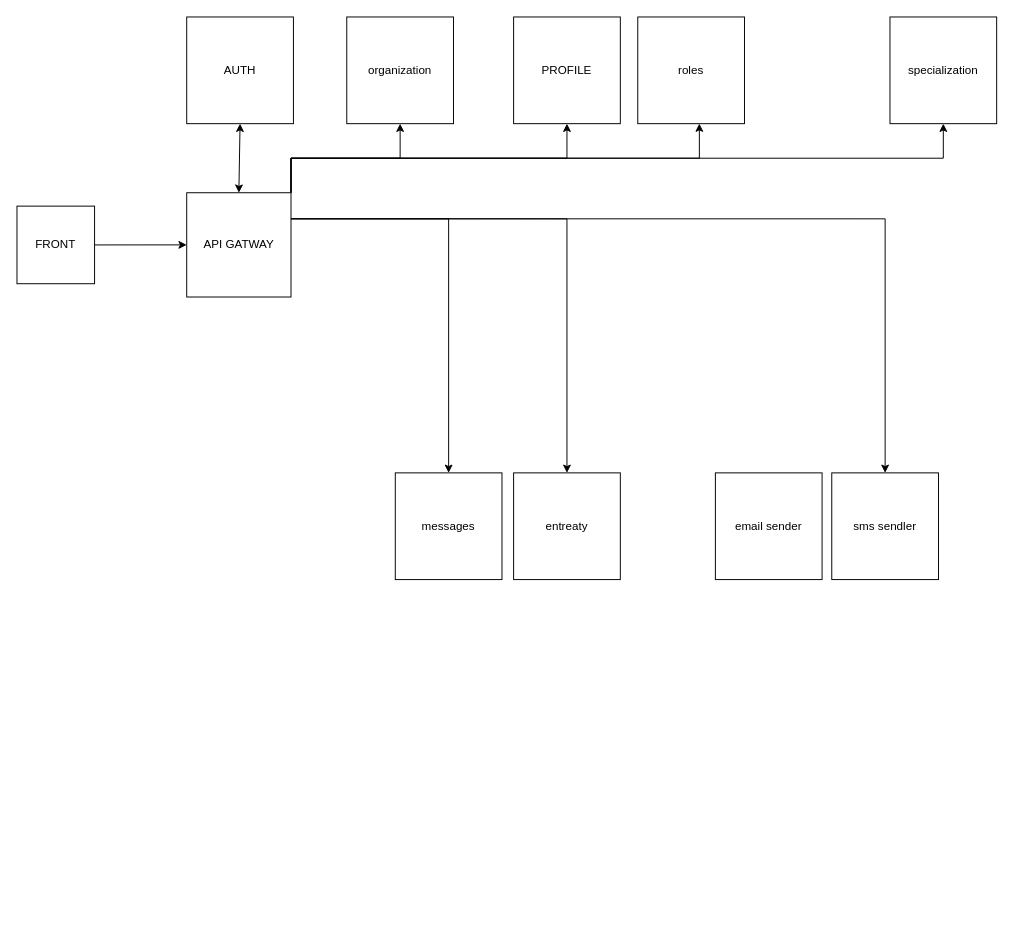
Earlier version of the draw.io diagram Диаграмма без названия.drawio.xml (asrahmanov/KIndlyPay-draw). Source tidied: cells renumbered, new cells numbered last; positions are measured from the earlier drawing's top-left corner, leaving out a move shared by most shapes. Both pictures are drawn from the tidied source at 97%, with x=0, y=0 at pixel (16, 16).
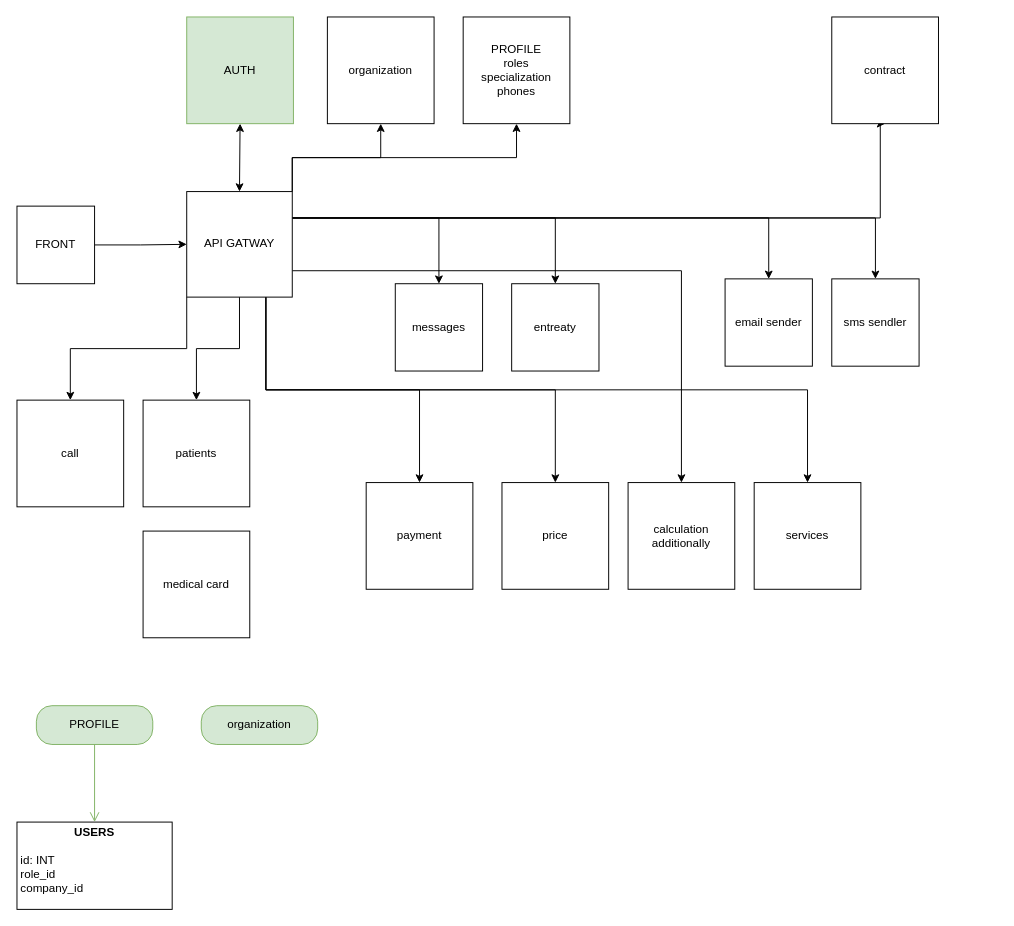
After the change.

What changed in the source:
```diff
@@
-    <mxCell id="5" style="edgeStyle=orthogonalEdgeStyle;rounded=0;jettySize=auto;html=1;exitX=1;exitY=0;exitDx=0;exitDy=0;entryX=0.577;entryY=0.999;entryDx=0;entryDy=0;entryPerimeter=0;" parent="1" edge="1" source="11" target="14">
-      <mxGeometry relative="1" as="geometry" />
-    </mxCell>
@@
-    <mxCell id="7" style="edgeStyle=orthogonalEdgeStyle;rounded=0;jettySize=auto;html=1;exitX=1;exitY=0;exitDx=0;exitDy=0;entryX=0.5;entryY=1;entryDx=0;entryDy=0;" parent="1" edge="1" source="11" target="18">
-      <mxGeometry relative="1" as="geometry" />
-    </mxCell>
@@
+    <mxCell id="22" style="edgeStyle=orthogonalEdgeStyle;rounded=0;jettySize=auto;html=1;exitX=1;exitY=0.25;exitDx=0;exitDy=0;entryX=0.5;entryY=0;entryDx=0;entryDy=0;" parent="1" edge="1" source="11" target="15">
+      <mxGeometry relative="1" as="geometry" />
+    </mxCell>
+    <mxCell id="23" style="edgeStyle=orthogonalEdgeStyle;rounded=0;jettySize=auto;html=1;exitX=1;exitY=0.25;exitDx=0;exitDy=0;entryX=0.5;entryY=1;entryDx=0;entryDy=0;" parent="1" edge="1" source="11" target="32">
+      <mxGeometry relative="1" as="geometry">
+        <Array as="points">
+          <mxPoint x="890" y="207" />
+          <mxPoint x="890" y="110" />
+        </Array>
+      </mxGeometry>
+    </mxCell>
+    <mxCell id="24" style="edgeStyle=orthogonalEdgeStyle;rounded=0;jettySize=auto;html=1;exitX=0.5;exitY=1;exitDx=0;exitDy=0;" parent="1" edge="1" source="11" target="35">
+      <mxGeometry relative="1" as="geometry" />
+    </mxCell>
+    <mxCell id="25" style="edgeStyle=orthogonalEdgeStyle;rounded=0;jettySize=auto;html=1;exitX=0;exitY=1;exitDx=0;exitDy=0;entryX=0.5;entryY=0;entryDx=0;entryDy=0;" parent="1" edge="1" source="11" target="34">
+      <mxGeometry relative="1" as="geometry" />
+    </mxCell>
+    <mxCell id="26" style="edgeStyle=orthogonalEdgeStyle;rounded=0;jettySize=auto;html=1;exitX=1;exitY=0.75;exitDx=0;exitDy=0;" parent="1" edge="1" source="11" target="33">
+      <mxGeometry relative="1" as="geometry" />
+    </mxCell>
+    <mxCell id="27" style="edgeStyle=orthogonalEdgeStyle;rounded=0;jettySize=auto;html=1;exitX=0.75;exitY=1;exitDx=0;exitDy=0;" parent="1" edge="1" source="11" target="30">
+      <mxGeometry relative="1" as="geometry" />
+    </mxCell>
+    <mxCell id="28" style="edgeStyle=orthogonalEdgeStyle;rounded=0;jettySize=auto;html=1;exitX=0.75;exitY=1;exitDx=0;exitDy=0;entryX=0.5;entryY=0;entryDx=0;entryDy=0;" parent="1" edge="1" source="11" target="31">
+      <mxGeometry relative="1" as="geometry" />
+    </mxCell>
+    <mxCell id="29" style="edgeStyle=orthogonalEdgeStyle;rounded=0;jettySize=auto;html=1;exitX=0.75;exitY=1;exitDx=0;exitDy=0;entryX=0.5;entryY=0;entryDx=0;entryDy=0;" parent="1" edge="1" source="11" target="36">
+      <mxGeometry relative="1" as="geometry" />
+    </mxCell>
     <mxCell id="11" value="API GATWAY" style="whiteSpace=wrap;html=1;" parent="1" vertex="1">
-      <mxGeometry x="175" y="181.2" width="107.5" height="107.5" as="geometry" />
+      <mxGeometry x="175" y="180" width="108.8" height="108.8" as="geometry" />
     </mxCell>
-    <mxCell id="12" value="AUTH" style="whiteSpace=wrap;html=1;" parent="1" vertex="1">
+    <mxCell id="12" value="AUTH" style="whiteSpace=wrap;html=1;fillColor=#d5e8d4;strokeColor=#82b366;" parent="1" vertex="1">
       <mxGeometry x="175" width="110" height="110" as="geometry" />
     </mxCell>
@@
-    <mxCell id="14" value="roles" style="whiteSpace=wrap;html=1;" parent="1" vertex="1">
-      <mxGeometry x="640" width="110" height="110" as="geometry" />
-    </mxCell>
     <mxCell id="15" value="email sender" style="whiteSpace=wrap;html=1;" parent="1" vertex="1">
-      <mxGeometry x="720" y="470" width="110" height="110" as="geometry" />
+      <mxGeometry x="730" y="270" width="90" height="90" as="geometry" />
     </mxCell>
     <mxCell id="16" value="organization" style="whiteSpace=wrap;html=1;" parent="1" vertex="1">
-      <mxGeometry x="340" width="110" height="110" as="geometry" />
+      <mxGeometry x="320" width="110" height="110" as="geometry" />
     </mxCell>
-    <mxCell id="17" value="PROFILE" style="whiteSpace=wrap;html=1;" parent="1" vertex="1">
-      <mxGeometry x="512" width="110" height="110" as="geometry" />
+    <mxCell id="17" value="PROFILE&lt;br&gt;roles&lt;br&gt;specialization&lt;br&gt;phones" style="whiteSpace=wrap;html=1;" parent="1" vertex="1">
+      <mxGeometry x="460" width="110" height="110" as="geometry" />
     </mxCell>
-    <mxCell id="18" value="specialization" style="whiteSpace=wrap;html=1;" parent="1" vertex="1">
-      <mxGeometry x="900" width="110" height="110" as="geometry" />
-    </mxCell>
     <mxCell id="19" value="entreaty" style="whiteSpace=wrap;html=1;" parent="1" vertex="1">
-      <mxGeometry x="512" y="470" width="110" height="110" as="geometry" />
+      <mxGeometry x="510" y="275" width="90" height="90" as="geometry" />
     </mxCell>
     <mxCell id="20" value="messages" style="whiteSpace=wrap;html=1;" parent="1" vertex="1">
-      <mxGeometry x="390" y="470" width="110" height="110" as="geometry" />
+      <mxGeometry x="390" y="275" width="90" height="90" as="geometry" />
     </mxCell>
     <mxCell id="21" value="sms sendler" style="whiteSpace=wrap;html=1;" parent="1" vertex="1">
-      <mxGeometry x="840" y="470" width="110" height="110" as="geometry" />
+      <mxGeometry x="840" y="270" width="90" height="90" as="geometry" />
     </mxCell>
+    <mxCell id="30" value="price" style="whiteSpace=wrap;html=1;" parent="1" vertex="1">
+      <mxGeometry x="500" y="480" width="110" height="110" as="geometry" />
+    </mxCell>
+    <mxCell id="31" value="services" style="whiteSpace=wrap;html=1;" parent="1" vertex="1">
+      <mxGeometry x="760" y="480" width="110" height="110" as="geometry" />
+    </mxCell>
+    <mxCell id="32" value="contract" style="whiteSpace=wrap;html=1;" parent="1" vertex="1">
+      <mxGeometry x="840" width="110" height="110" as="geometry" />
+    </mxCell>
+    <mxCell id="33" value="calculation&lt;br&gt;additionally" style="whiteSpace=wrap;html=1;" parent="1" vertex="1">
+      <mxGeometry x="630" y="480" width="110" height="110" as="geometry" />
+    </mxCell>
+    <mxCell id="34" value="call" style="whiteSpace=wrap;html=1;" parent="1" vertex="1">
+      <mxGeometry y="395" width="110" height="110" as="geometry" />
+    </mxCell>
+    <mxCell id="35" value="patients" style="whiteSpace=wrap;html=1;" parent="1" vertex="1">
+      <mxGeometry x="130" y="395" width="110" height="110" as="geometry" />
+    </mxCell>
+    <mxCell id="36" value="payment" style="whiteSpace=wrap;html=1;" parent="1" vertex="1">
+      <mxGeometry x="360" y="480" width="110" height="110" as="geometry" />
+    </mxCell>
+    <mxCell id="37" value="medical card" style="whiteSpace=wrap;html=1;" parent="1" vertex="1">
+      <mxGeometry x="130" y="530" width="110" height="110" as="geometry" />
+    </mxCell>
+    <mxCell id="38" value="&lt;p style=&quot;margin:0px;margin-top:4px;text-align:center;&quot;&gt;&lt;b&gt;USERS&lt;/b&gt;&lt;/p&gt;&lt;p style=&quot;margin:0px;margin-left:4px;&quot;&gt;&lt;br&gt;&lt;/p&gt;&lt;p style=&quot;margin:0px;margin-left:4px;&quot;&gt;id: INT&lt;/p&gt;&lt;p style=&quot;margin:0px;margin-left:4px;&quot;&gt;role_id&lt;/p&gt;&lt;p style=&quot;margin:0px;margin-left:4px;&quot;&gt;company_id&lt;/p&gt;" style="verticalAlign=top;align=left;overflow=fill;fontSize=12;fontFamily=Helvetica;html=1;" parent="1" vertex="1">
+      <mxGeometry y="830" width="160" height="90" as="geometry" />
+    </mxCell>
+    <mxCell id="39" value="PROFILE" style="rounded=1;whiteSpace=wrap;html=1;arcSize=40;fillColor=#d5e8d4;strokeColor=#82b366;" parent="1" vertex="1">
+      <mxGeometry x="20" y="710" width="120" height="40" as="geometry" />
+    </mxCell>
+    <mxCell id="40" style="edgeStyle=orthogonalEdgeStyle;html=1;verticalAlign=bottom;endArrow=open;endSize=8;strokeColor=#82b366;rounded=0;fillColor=#d5e8d4;entryX=0.5;entryY=0;entryDx=0;entryDy=0;" parent="1" edge="1" source="39" target="38">
+      <mxGeometry relative="1" as="geometry" />
+    </mxCell>
+    <mxCell id="41" value="organization" style="rounded=1;whiteSpace=wrap;html=1;arcSize=40;fillColor=#d5e8d4;strokeColor=#82b366;" parent="1" vertex="1">
+      <mxGeometry x="190" y="710" width="120" height="40" as="geometry" />
+    </mxCell>
```
